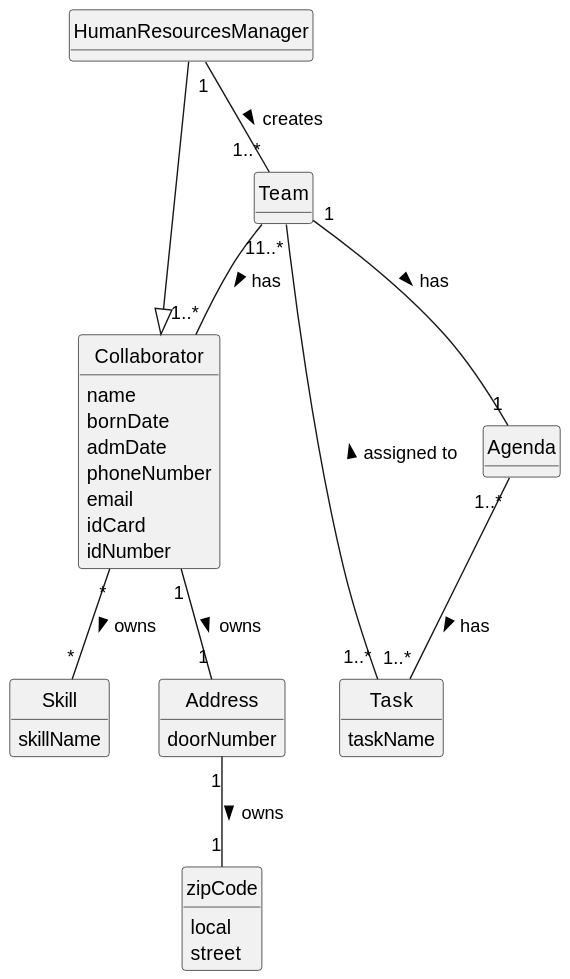
Before: docs/sprint2/us005/02.analysis/svg/us005-domain-model.svg, a diagram exported from PlantUML (1231360-ISEP/lei-24-s2-1db-g021).
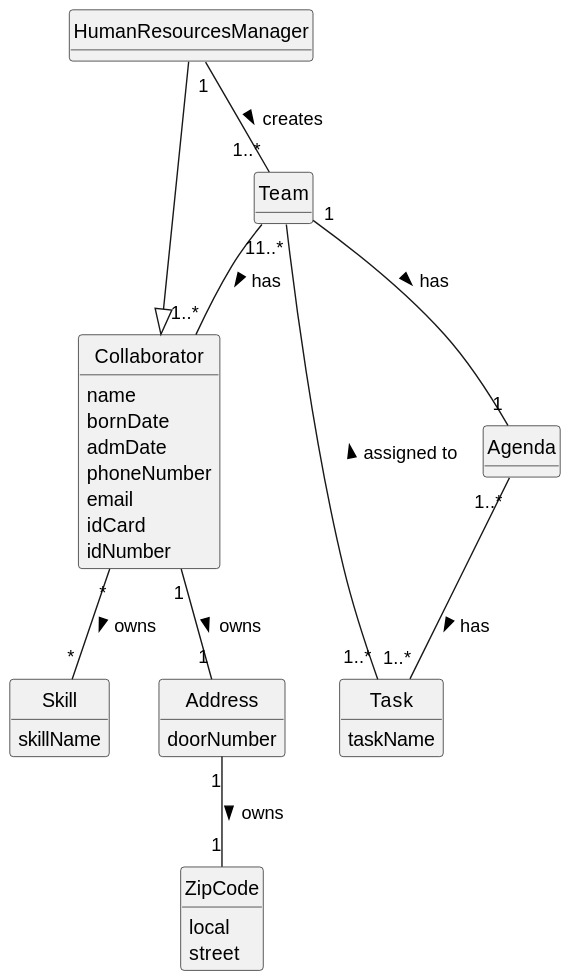
After the commit.

What changed in the source:
```diff
@@ -33,7 +33,7 @@
     doorNumber
 }
 
-class zipCode {
+class ZipCode {
     local
     street
 }
@@ -44,7 +44,7 @@
 HumanResourcesManager "1" -- "1..*" Team : creates >
 Collaborator "*" -- "*" Skill : owns >
 Collaborator "1" -- "1" Address: owns >
-Address "1" -- "1" zipCode : owns >
+Address "1" -- "1" ZipCode : owns >
 Team "1" -- "1..*" Collaborator : has >
 Team "1" -- "1" Agenda : has >
 Task "1..*" -- "1..*" Team : assigned to >
```
